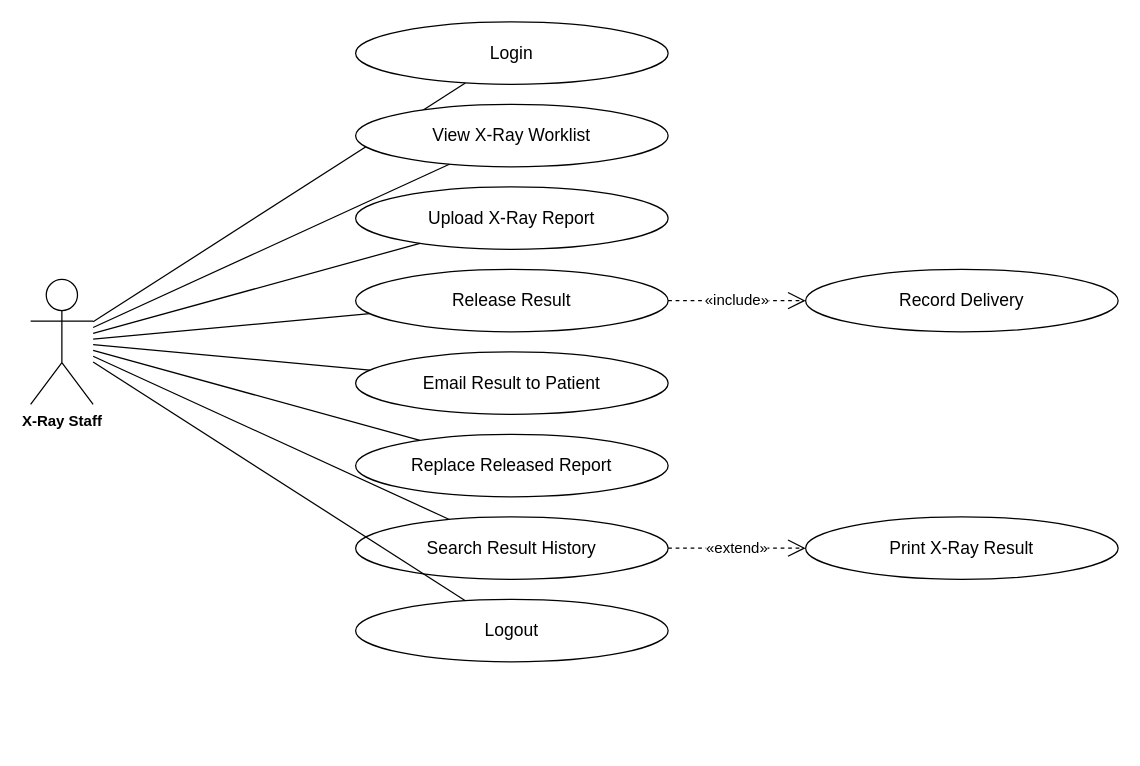
Before: page "Xray Staff" (7 of 8) of docs/diagrams/usecases.drawio in Diazzzz-cpu/Enlogada-Clinic-Management-System, a draw.io diagram. Source tidied: cells renumbered, new cells numbered last; positions are measured from the earlier drawing's top-left corner, leaving out a move shared by most shapes. Both pictures are drawn from the tidied source at 125%, with x=0, y=0 at pixel (30, 21).
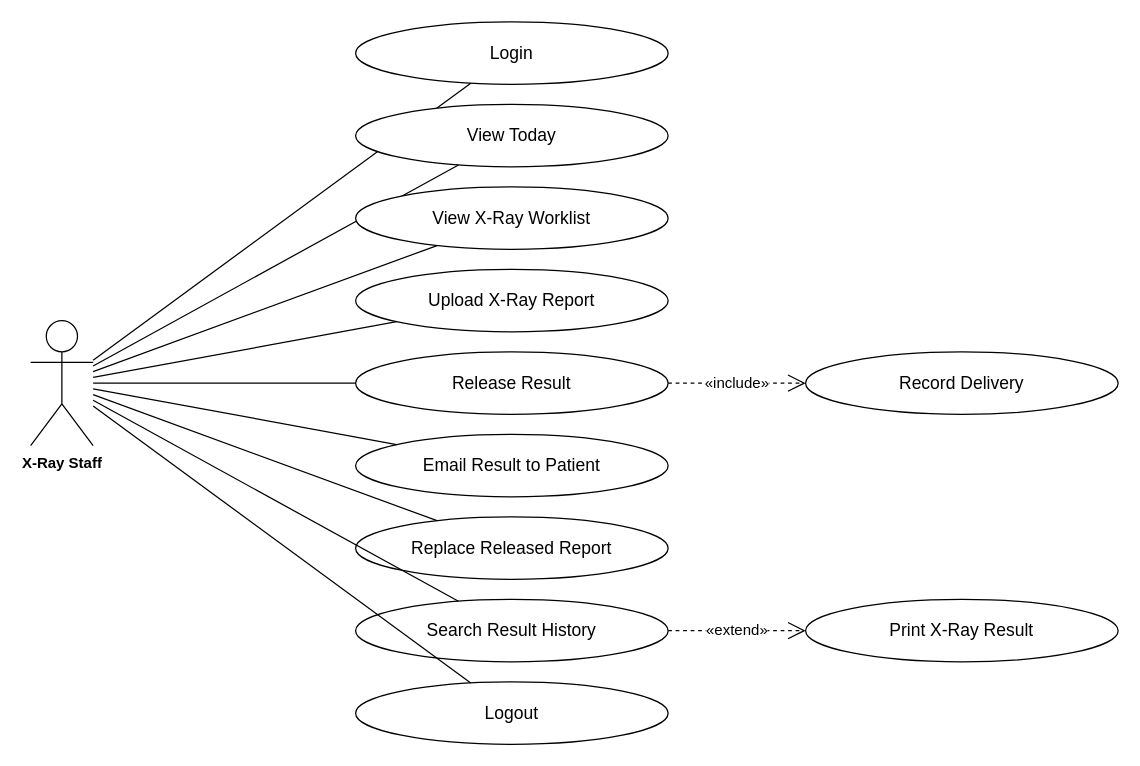
The same diagram, later.

Change to the diagram source:
```diff
@@
     <mxCell id="2" value="X-Ray Staff" style="shape=umlActor;verticalLabelPosition=bottom;verticalAlign=top;html=1;outlineConnect=0;fontFamily=Helvetica;fontSize=12;fontStyle=1;" parent="1" vertex="1">
-      <mxGeometry y="206" width="50" height="100" as="geometry" />
+      <mxGeometry y="239" width="50" height="100" as="geometry" />
     </mxCell>
@@
-    <mxCell id="5" value="View X-Ray Worklist" style="ellipse;whiteSpace=wrap;html=1;fontFamily=Helvetica;fontSize=14;fontColor=#000000;strokeColor=#000000;" parent="1" vertex="1">
+    <mxCell id="5" value="View Today" style="ellipse;whiteSpace=wrap;html=1;fontFamily=Helvetica;fontSize=14;fontColor=#000000;strokeColor=#000000;" parent="1" vertex="1">
       <mxGeometry x="260" y="66" width="250" height="50" as="geometry" />
     </mxCell>
@@
-    <mxCell id="7" value="Upload X-Ray Report" style="ellipse;whiteSpace=wrap;html=1;fontFamily=Helvetica;fontSize=14;fontColor=#000000;strokeColor=#000000;" parent="1" vertex="1">
+    <mxCell id="7" value="View X-Ray Worklist" style="ellipse;whiteSpace=wrap;html=1;fontFamily=Helvetica;fontSize=14;fontColor=#000000;strokeColor=#000000;" parent="1" vertex="1">
       <mxGeometry x="260" y="132" width="250" height="50" as="geometry" />
     </mxCell>
@@
-    <mxCell id="9" value="Release Result" style="ellipse;whiteSpace=wrap;html=1;fontFamily=Helvetica;fontSize=14;fontColor=#000000;strokeColor=#000000;" parent="1" vertex="1">
+    <mxCell id="9" value="Upload X-Ray Report" style="ellipse;whiteSpace=wrap;html=1;fontFamily=Helvetica;fontSize=14;fontColor=#000000;strokeColor=#000000;" parent="1" vertex="1">
       <mxGeometry x="260" y="198" width="250" height="50" as="geometry" />
     </mxCell>
@@
-    <mxCell id="11" value="Email Result to Patient" style="ellipse;whiteSpace=wrap;html=1;fontFamily=Helvetica;fontSize=14;fontColor=#000000;strokeColor=#000000;" parent="1" vertex="1">
+    <mxCell id="11" value="Release Result" style="ellipse;whiteSpace=wrap;html=1;fontFamily=Helvetica;fontSize=14;fontColor=#000000;strokeColor=#000000;" parent="1" vertex="1">
       <mxGeometry x="260" y="264" width="250" height="50" as="geometry" />
     </mxCell>
@@
-    <mxCell id="13" value="Replace Released Report" style="ellipse;whiteSpace=wrap;html=1;fontFamily=Helvetica;fontSize=14;fontColor=#000000;strokeColor=#000000;" parent="1" vertex="1">
+    <mxCell id="13" value="Email Result to Patient" style="ellipse;whiteSpace=wrap;html=1;fontFamily=Helvetica;fontSize=14;fontColor=#000000;strokeColor=#000000;" parent="1" vertex="1">
       <mxGeometry x="260" y="330" width="250" height="50" as="geometry" />
     </mxCell>
@@
-    <mxCell id="15" value="Search Result History" style="ellipse;whiteSpace=wrap;html=1;fontFamily=Helvetica;fontSize=14;fontColor=#000000;strokeColor=#000000;" parent="1" vertex="1">
+    <mxCell id="15" value="Replace Released Report" style="ellipse;whiteSpace=wrap;html=1;fontFamily=Helvetica;fontSize=14;fontColor=#000000;strokeColor=#000000;" parent="1" vertex="1">
       <mxGeometry x="260" y="396" width="250" height="50" as="geometry" />
     </mxCell>
@@
-    <mxCell id="17" value="Logout" style="ellipse;whiteSpace=wrap;html=1;fontFamily=Helvetica;fontSize=14;fontColor=#000000;strokeColor=#000000;" parent="1" vertex="1">
+    <mxCell id="17" value="Search Result History" style="ellipse;whiteSpace=wrap;html=1;fontFamily=Helvetica;fontSize=14;fontColor=#000000;strokeColor=#000000;" parent="1" vertex="1">
       <mxGeometry x="260" y="462" width="250" height="50" as="geometry" />
     </mxCell>
@@
-    <mxCell id="19" value="Print X-Ray Result" style="ellipse;whiteSpace=wrap;html=1;fontFamily=Helvetica;fontSize=14;fontColor=#000000;strokeColor=#000000;" parent="1" vertex="1">
-      <mxGeometry x="620" y="396" width="250" height="50" as="geometry" />
+    <mxCell id="19" value="Logout" style="ellipse;whiteSpace=wrap;html=1;fontFamily=Helvetica;fontSize=14;fontColor=#000000;strokeColor=#000000;" parent="1" vertex="1">
+      <mxGeometry x="260" y="528" width="250" height="50" as="geometry" />
     </mxCell>
-    <mxCell id="20" value="«extend»" style="endArrow=open;endSize=12;dashed=1;html=1;fontFamily=Helvetica;fontSize=12;fontColor=#000000;strokeColor=#000000;" parent="1" edge="1" source="15" target="19">
+    <mxCell id="20" style="edgeStyle=none;rounded=0;html=1;endArrow=none;fontFamily=Helvetica;fontSize=12;fontColor=#000000;strokeColor=#000000;" parent="1" edge="1" source="2" target="19">
       <mxGeometry relative="1" as="geometry" />
     </mxCell>
-    <mxCell id="21" value="Record Delivery" style="ellipse;whiteSpace=wrap;html=1;fontFamily=Helvetica;fontSize=14;fontColor=#000000;strokeColor=#000000;" parent="1" vertex="1">
-      <mxGeometry x="620" y="198" width="250" height="50" as="geometry" />
+    <mxCell id="21" value="Print X-Ray Result" style="ellipse;whiteSpace=wrap;html=1;fontFamily=Helvetica;fontSize=14;fontColor=#000000;strokeColor=#000000;" parent="1" vertex="1">
+      <mxGeometry x="620" y="462" width="250" height="50" as="geometry" />
     </mxCell>
-    <mxCell id="22" value="«include»" style="endArrow=open;endSize=12;dashed=1;html=1;fontFamily=Helvetica;fontSize=12;fontColor=#000000;strokeColor=#000000;" parent="1" edge="1" source="9" target="21">
+    <mxCell id="22" value="«extend»" style="endArrow=open;endSize=12;dashed=1;html=1;fontFamily=Helvetica;fontSize=12;fontColor=#000000;strokeColor=#000000;" parent="1" edge="1" source="17" target="21">
       <mxGeometry relative="1" as="geometry" />
     </mxCell>
+    <mxCell id="23" value="Record Delivery" style="ellipse;whiteSpace=wrap;html=1;fontFamily=Helvetica;fontSize=14;fontColor=#000000;strokeColor=#000000;" parent="1" vertex="1">
+      <mxGeometry x="620" y="264" width="250" height="50" as="geometry" />
+    </mxCell>
+    <mxCell id="24" value="«include»" style="endArrow=open;endSize=12;dashed=1;html=1;fontFamily=Helvetica;fontSize=12;fontColor=#000000;strokeColor=#000000;" parent="1" edge="1" source="11" target="23">
+      <mxGeometry relative="1" as="geometry" />
+    </mxCell>
```
